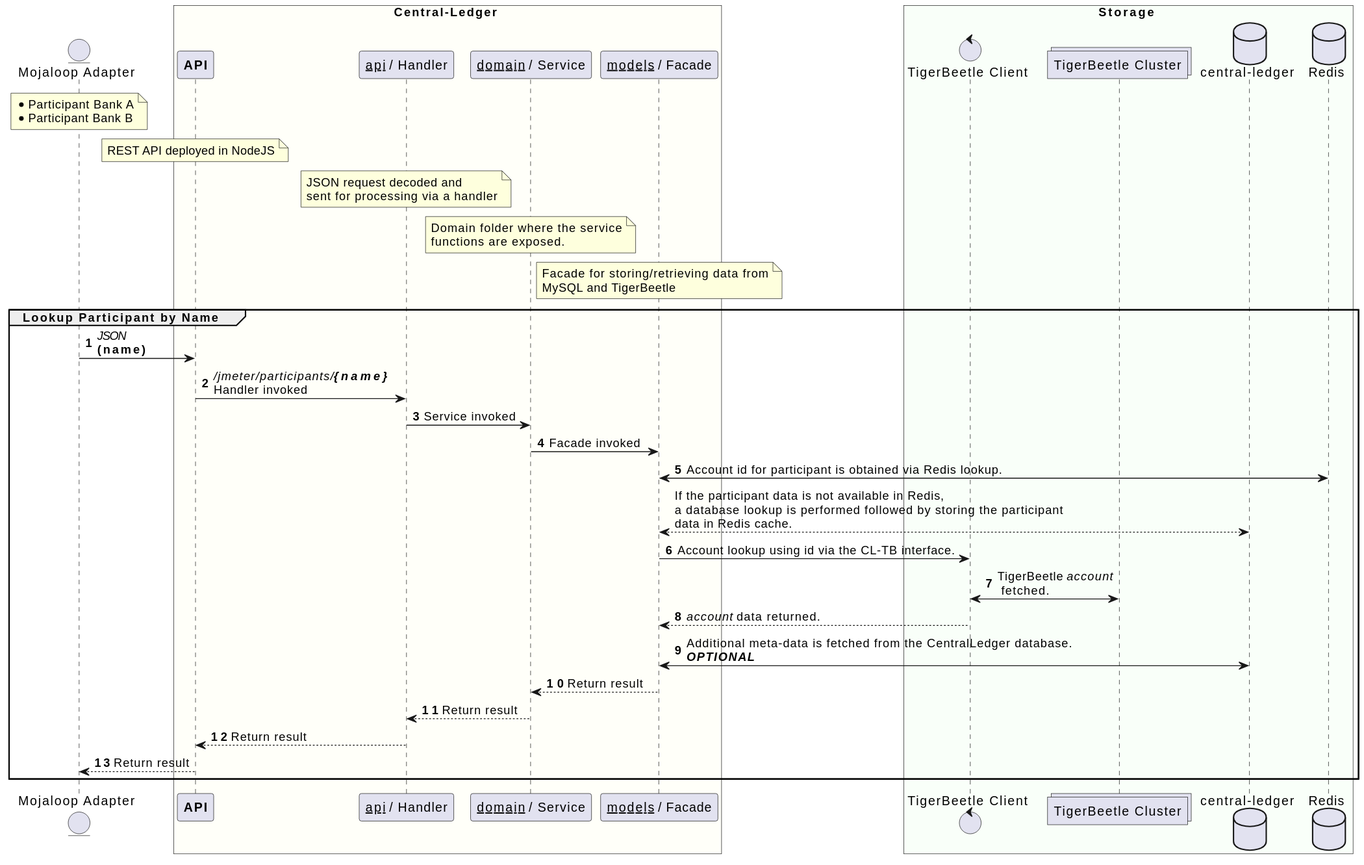
Before: solution_design/sequence-participant-tb-enabled-lookup.svg, a diagram exported from PlantUML (coilhq/mucoa). Its diagram source:
```plantuml
@startuml
entity "Mojaloop Adapter" as dfsp
note over dfsp
    * Participant Bank A
    * Participant Bank B
end note

box Central-Ledger #FFFFF9
    participant "**API**" as cl_api
    participant "__api__ / Handler" as cl_handler
    participant "__domain__ / Service" as cl_domain
    participant "__models__ / Facade" as cl_facade

    note over cl_api
        REST API deployed in NodeJS
    end note

    note over cl_handler
        JSON request decoded and
        sent for processing via a handler
    end note

    note over cl_domain
        Domain folder where the service
        functions are exposed.
    end note

    note over cl_facade
        Facade for storing/retrieving data from
        MySQL and TigerBeetle
    end note
end box

box Storage #F9FFF9
    control "TigerBeetle Client" as tb_client
    collections "TigerBeetle Cluster" as tb_nodes
    database "central-ledger" as cl_db
    database "Redis" as redis_cache
end box

autonumber
group Lookup Participant by Name
    dfsp -> cl_api : //JSON// \n**(name)**
    cl_api -> cl_handler : ///jmeter/participants/**{name}**// \nHandler invoked
    cl_handler -> cl_domain : Service invoked
    cl_domain -> cl_facade : Facade invoked
    cl_facade <-> redis_cache : Account id for participant is obtained via Redis lookup.
    autonumber stop
    cl_facade <--> cl_db : If the participant data is not available in Redis, \na database lookup is performed followed by storing the participant\ndata in Redis cache.
    autonumber resume
    cl_facade -> tb_client : Account lookup using id via the CL-TB interface.
    tb_client <-> tb_nodes : TigerBeetle //account//\n fetched.
    tb_client --> cl_facade : //account// data returned.
    cl_facade <-> cl_db : Additional meta-data is fetched from the CentralLedger database.\n**//OPTIONAL//**
    cl_facade --> cl_domain : Return result
    cl_domain --> cl_handler : Return result
    cl_handler --> cl_api : Return result
    cl_api --> dfsp : Return result
end
@enduml
```
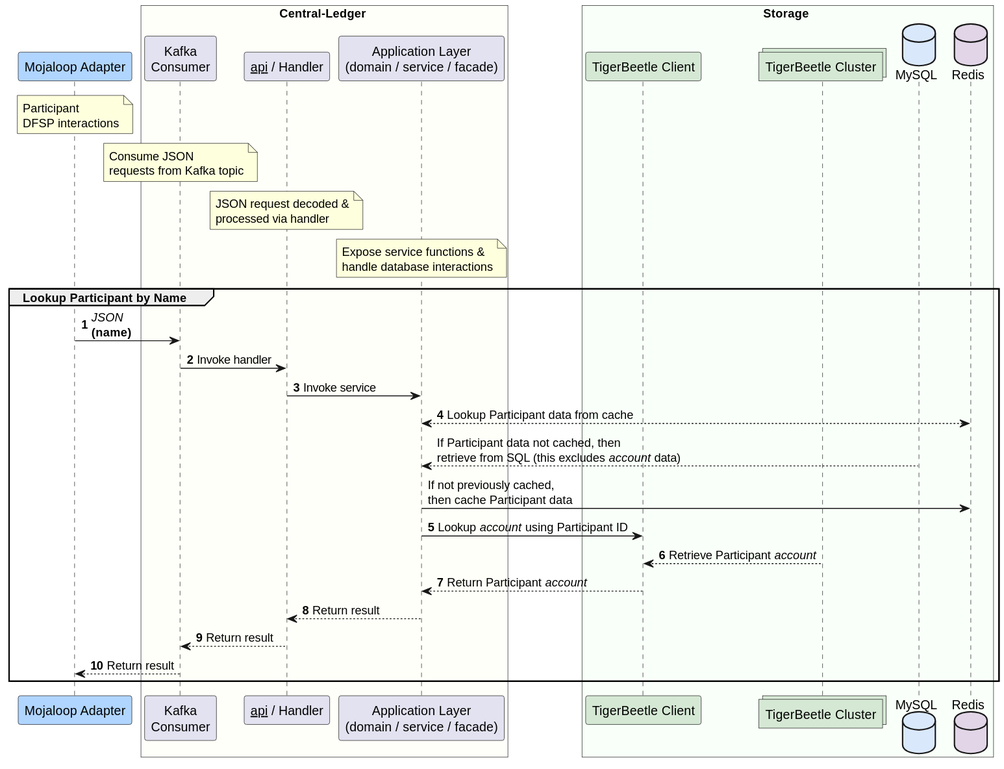
Later version of the same file.

Diff of the diagram source:
```diff
@@ -1,60 +1,55 @@
 @startuml
-entity "Mojaloop Adapter" as dfsp
+
+participant "Mojaloop Adapter" as dfsp #B0D5FF
 note over dfsp
-    * Participant Bank A
-    * Participant Bank B
+    Participant
+    DFSP interactions
 end note
 
 box Central-Ledger #FFFFF9
-    participant "**API**" as cl_api
-    participant "__api__ / Handler" as cl_handler
-    participant "__domain__ / Service" as cl_domain
-    participant "__models__ / Facade" as cl_facade
+    participant "Kafka\nConsumer" as cl_consume_kafka
+        participant "__api__ / Handler" as cl_handler
+        participant "Application Layer\n(domain / service / facade)" as cl_domain
 
-    note over cl_api
-        REST API deployed in NodeJS
-    end note
+        note over cl_consume_kafka
+            Consume JSON
+            requests from Kafka topic
+        end note
 
-    note over cl_handler
-        JSON request decoded and
-        sent for processing via a handler
-    end note
+        note over cl_handler
+            JSON request decoded &
+            processed via handler
+        end note
 
-    note over cl_domain
-        Domain folder where the service
-        functions are exposed.
-    end note
-
-    note over cl_facade
-        Facade for storing/retrieving data from
-        MySQL and TigerBeetle
-    end note
+        note over cl_domain
+            Expose service functions &
+            handle database interactions
+        end note
 end box
 
 box Storage #F9FFF9
-    control "TigerBeetle Client" as tb_client
-    collections "TigerBeetle Cluster" as tb_nodes
-    database "central-ledger" as cl_db
-    database "Redis" as redis_cache
+	Participant "TigerBeetle Client" as tb_client #D5E8D4
+    collections "TigerBeetle Cluster" as tb_nodes #D5E8D4
+	database "MySQL" as cl_db #DAE8FC
+	database "Redis" as redis_cache #E1D5E7
 end box
 
 autonumber
 group Lookup Participant by Name
-    dfsp -> cl_api : //JSON// \n**(name)**
-    cl_api -> cl_handler : ///jmeter/participants/**{name}**// \nHandler invoked
-    cl_handler -> cl_domain : Service invoked
-    cl_domain -> cl_facade : Facade invoked
-    cl_facade <-> redis_cache : Account id for participant is obtained via Redis lookup.
+    dfsp -> cl_consume_kafka : //JSON// \n**(name)**
+    cl_consume_kafka -> cl_handler : Invoke handler
+    cl_handler -> cl_domain : Invoke service
+    cl_domain <--> redis_cache : Lookup Participant data from cache
     autonumber stop
-    cl_facade <--> cl_db : If the participant data is not available in Redis, \na database lookup is performed followed by storing the participant\ndata in Redis cache.
+    cl_domain <-- cl_db : If Participant data not cached, then \nretrieve from SQL (this excludes //account// data)
+    cl_domain -> redis_cache : If not previously cached, \nthen cache Participant data
     autonumber resume
-    cl_facade -> tb_client : Account lookup using id via the CL-TB interface.
-    tb_client <-> tb_nodes : TigerBeetle //account//\n fetched.
-    tb_client --> cl_facade : //account// data returned.
-    cl_facade <-> cl_db : Additional meta-data is fetched from the CentralLedger database.\n**//OPTIONAL//**
-    cl_facade --> cl_domain : Return result
+    cl_domain -> tb_client : Lookup //account// using Participant ID
+    tb_client <-- tb_nodes : Retrieve Participant //account//
+    tb_client --> cl_domain : Return Participant //account//
     cl_domain --> cl_handler : Return result
-    cl_handler --> cl_api : Return result
-    cl_api --> dfsp : Return result
+    cl_handler --> cl_consume_kafka : Return result
+    cl_consume_kafka --> dfsp : Return result
 end
+
 @enduml
```
